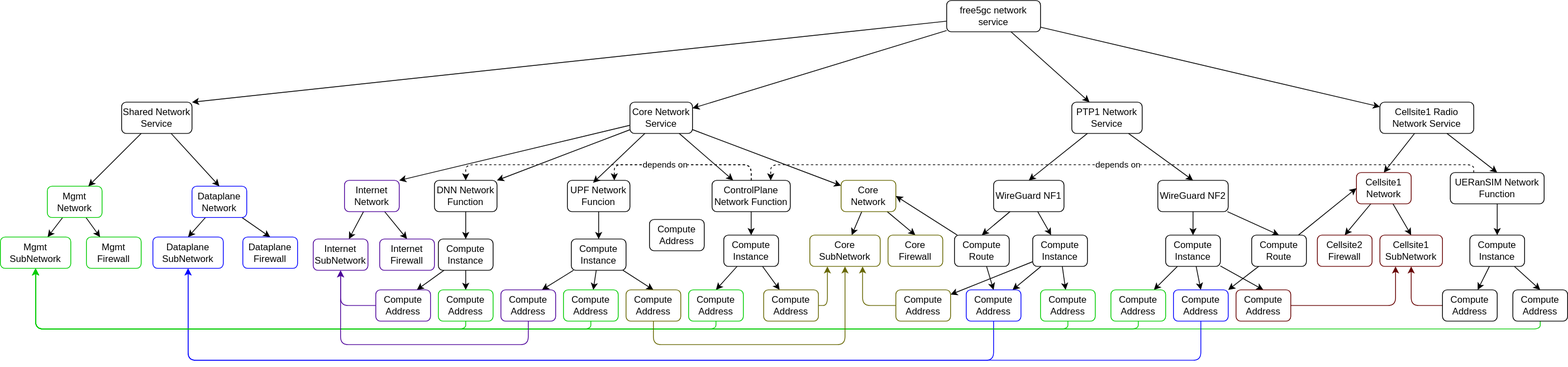
This is drawings/graph/simple_example.drawio.svg from LeegenSteven/NetworkAgent-dev, a draw.io export, as it was before one commit. Source tidied: cells renumbered, new cells last; positions are measured from the earlier drawing's top-left corner, leaving out a move shared by most shapes.
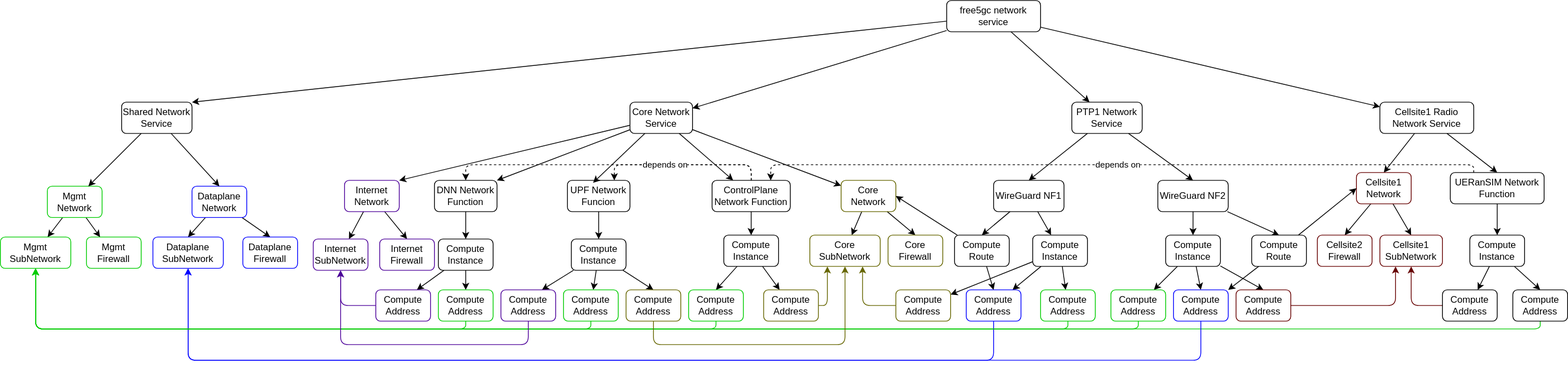
Above is the later version.

The edit, as a diff of the source:
```diff
@@ -391,9 +391,6 @@
     <mxCell id="119" value="Compute Address" style="rounded=1;whiteSpace=wrap;html=1;strokeColor=#666600;" parent="1" vertex="1">
       <mxGeometry x="800" y="370" width="70" height="40" as="geometry" />
     </mxCell>
-    <mxCell id="120" value="Compute Address" style="rounded=1;whiteSpace=wrap;html=1;" parent="1" vertex="1">
-      <mxGeometry x="830" y="280" width="70" height="40" as="geometry" />
-    </mxCell>
     <mxCell id="121" style="edgeStyle=none;html=1;entryX=0.411;entryY=0.077;entryDx=0;entryDy=0;entryPerimeter=0;" parent="1" edge="1" source="11" target="109">
       <mxGeometry relative="1" as="geometry" />
     </mxCell>
```
